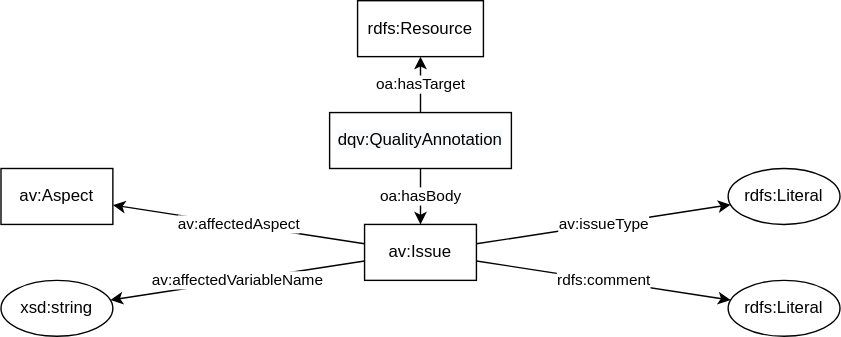
Earlier version of the draw.io export issueGraph.svg (fusion-jena/abecto-vocabulary). Source tidied: cells renumbered, new cells last; positions are measured from the earlier drawing's top-left corner, leaving out a move shared by most shapes.
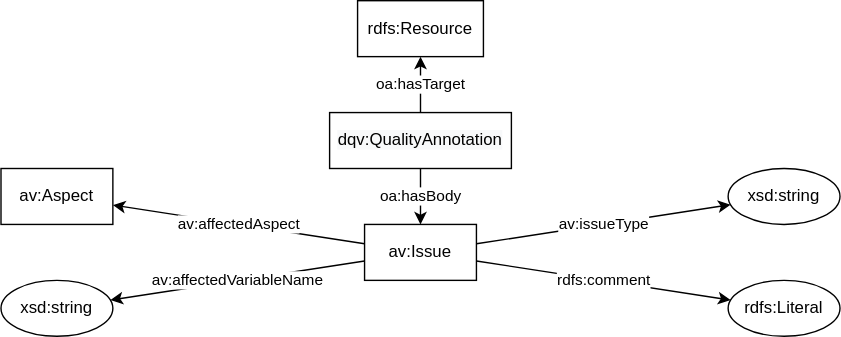
After the change.

What changed in the source:
```diff
@@ -35,7 +35,7 @@
     <mxCell id="12" value="rdfs:Literal" style="ellipse;whiteSpace=wrap;html=1;" parent="1" vertex="1">
       <mxGeometry x="520" y="200" width="80" height="40" as="geometry" />
     </mxCell>
-    <mxCell id="13" value="rdfs:Literal" style="ellipse;whiteSpace=wrap;html=1;" parent="1" vertex="1">
+    <mxCell id="13" value="xsd:string" style="ellipse;whiteSpace=wrap;html=1;" parent="1" vertex="1">
       <mxGeometry x="520" y="120" width="80" height="40" as="geometry" />
     </mxCell>
     <mxCell id="14" value="av:issueType" style="rounded=0;jettySize=auto;html=1;" parent="1" edge="1" source="4" target="13">
```
